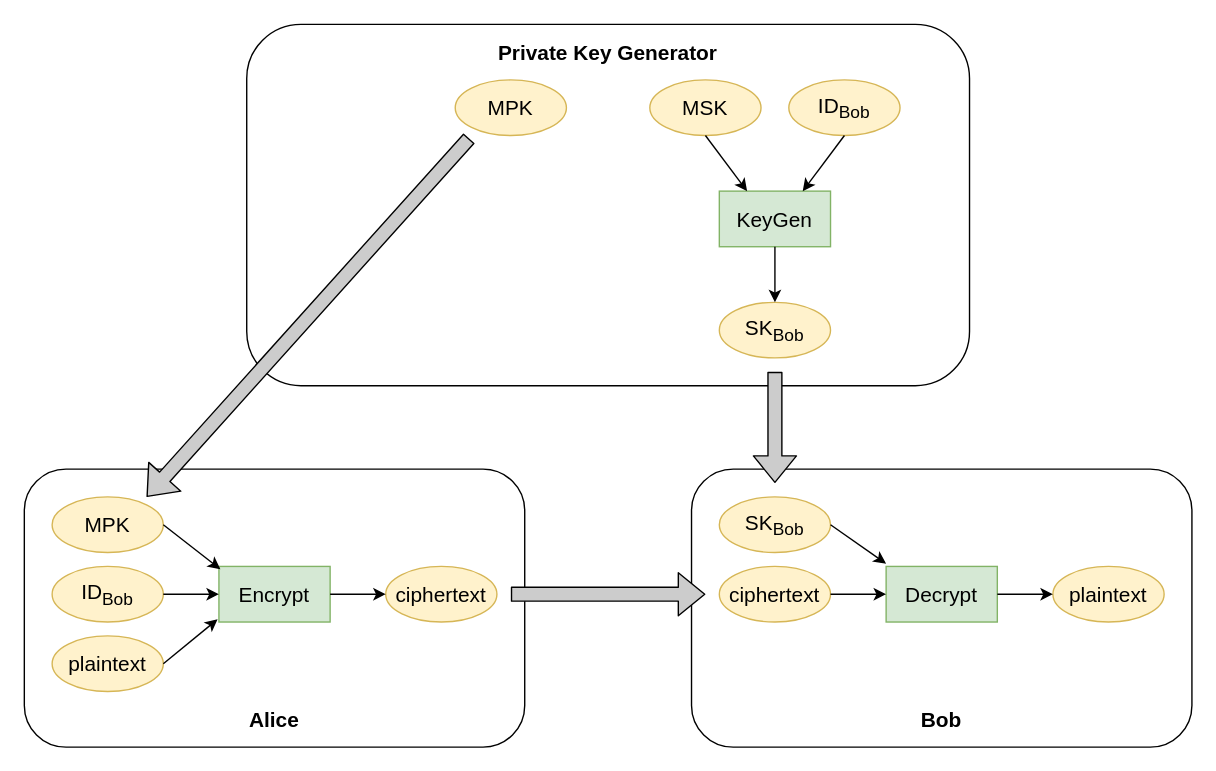
The draw.io diagram 12. Chapter 02/ibe_protocol.drawio in Quangdu96/ThesisDoc, before the edit. Source tidied: cells renumbered, new cells numbered last; positions are measured from the earlier drawing's top-left corner, leaving out a move shared by most shapes. Both pictures are drawn from the tidied source at 139%, with x=0, y=0 at pixel (24, 24).
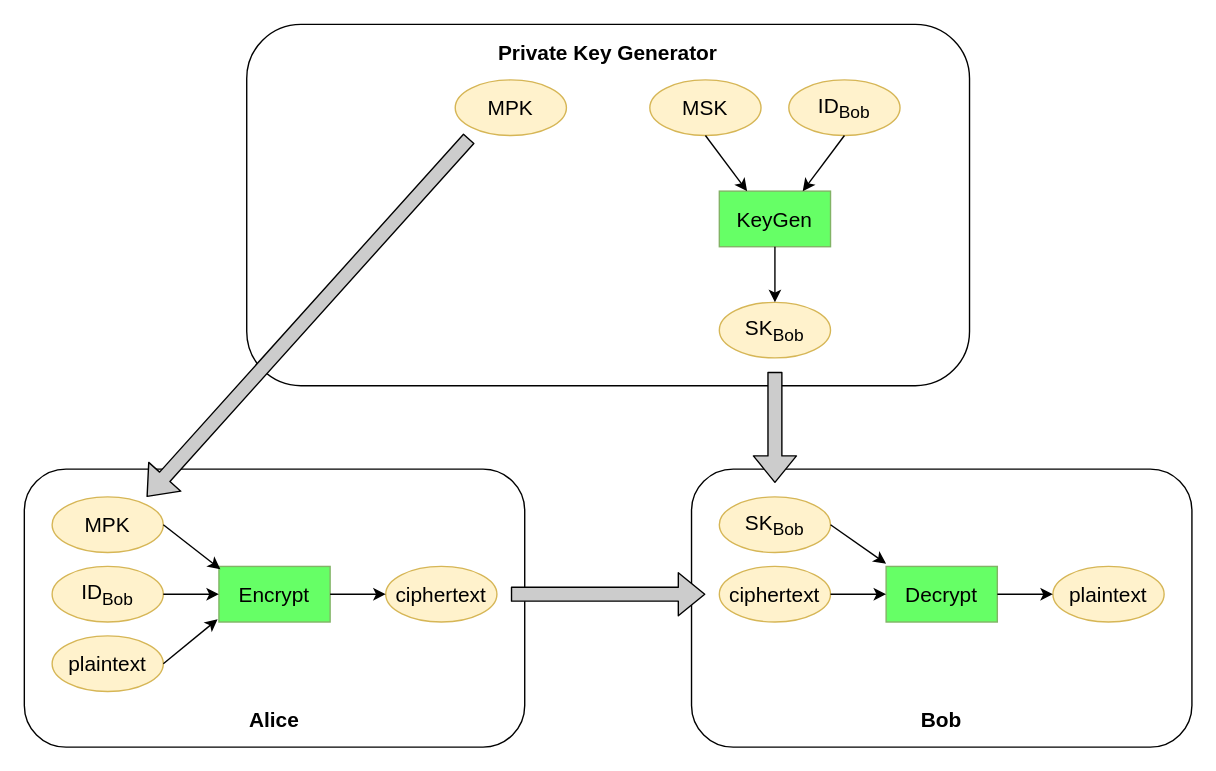
After the change.

What changed in the source:
```diff
@@
-    <mxCell id="8" value="Encrypt" style="rounded=0;whiteSpace=wrap;html=1;fontFamily=Helvetica;fontSize=15;fillColor=#d5e8d4;strokeColor=#82b366;" parent="1" vertex="1">
+    <mxCell id="8" value="Encrypt" style="rounded=0;whiteSpace=wrap;html=1;fontFamily=Helvetica;fontSize=15;fillColor=#66FF66;strokeColor=#82b366;" parent="1" vertex="1">
       <mxGeometry x="140" y="390" width="80" height="40" as="geometry" />
     </mxCell>
-    <mxCell id="9" value="Decrypt" style="rounded=0;whiteSpace=wrap;html=1;fontFamily=Helvetica;fontSize=15;fillColor=#d5e8d4;strokeColor=#82b366;" parent="1" vertex="1">
+    <mxCell id="9" value="Decrypt" style="rounded=0;whiteSpace=wrap;html=1;fontFamily=Helvetica;fontSize=15;fillColor=#66FF66;strokeColor=#82b366;" parent="1" vertex="1">
       <mxGeometry x="620" y="390" width="80" height="40" as="geometry" />
     </mxCell>
-    <mxCell id="10" value="KeyGen" style="rounded=0;whiteSpace=wrap;html=1;fontFamily=Helvetica;fontSize=15;fillColor=#d5e8d4;strokeColor=#82b366;" parent="1" vertex="1">
+    <mxCell id="10" value="KeyGen" style="rounded=0;whiteSpace=wrap;html=1;fontFamily=Helvetica;fontSize=15;fillColor=#66FF66;strokeColor=#82b366;" parent="1" vertex="1">
       <mxGeometry x="500" y="120" width="80" height="40" as="geometry" />
     </mxCell>
```
